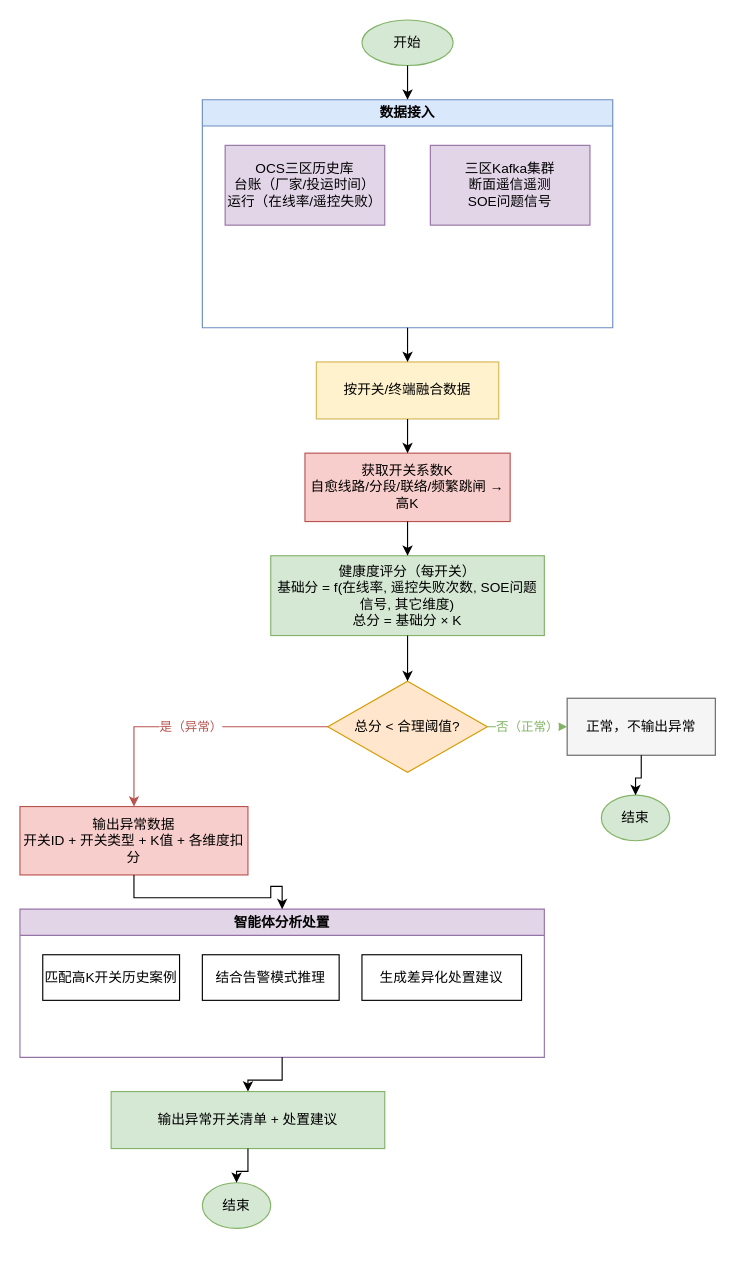
LieCoding/pwjkd keeps this draw.io diagram as 流程图.drawio. Above is the earlier version. Source tidied: cells renumbered, new cells numbered last; positions are measured from the earlier drawing's top-left corner, leaving out a move shared by most shapes. Both pictures are drawn from the tidied source at 114%, with x=0, y=0 at pixel (19, 19).
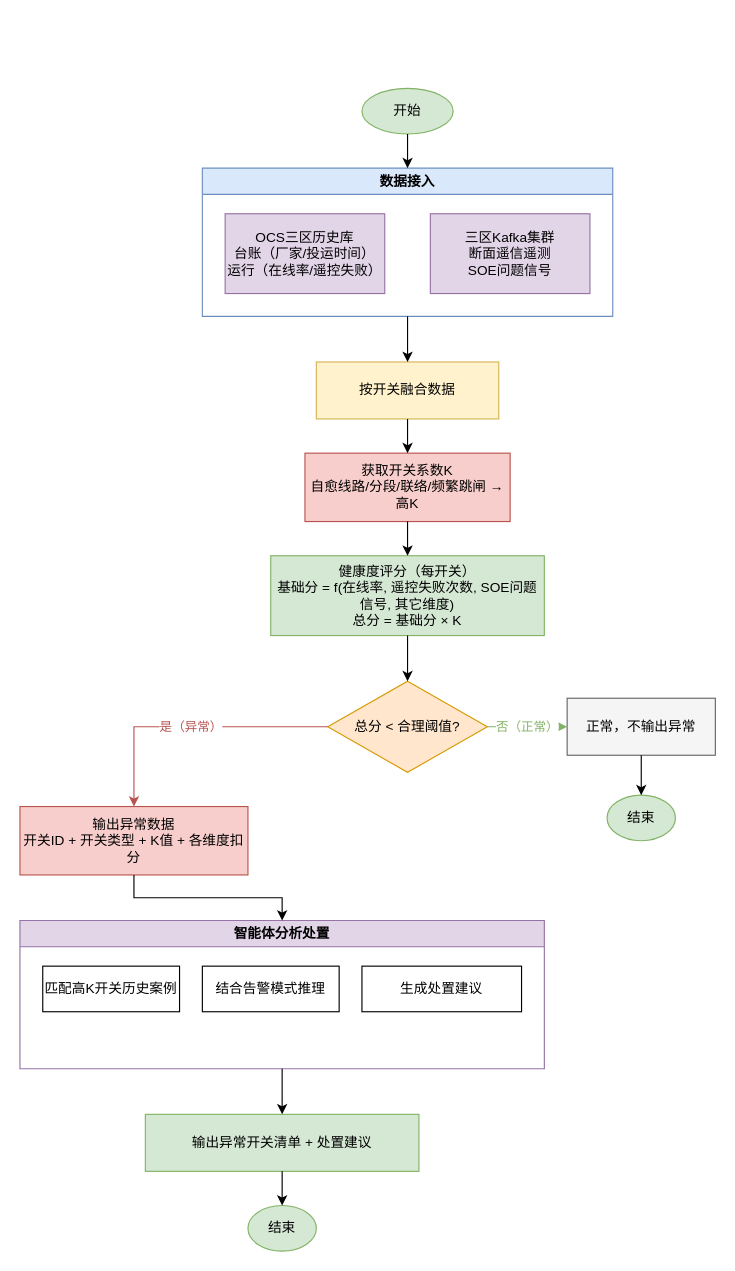
The same diagram, later.

Commit message:
更新流程图.drawio

Unchanged cells that the change refers to:
```xml
<mxCell id="7" value="获取开关系数K&#10;自愈线路/分段/联络/频繁跳闸 → 高K" style="rounded=0;whiteSpace=wrap;html=1;fillColor=#f8cecc;strokeColor=#b85450;" parent="1" vertex="1">
  <mxGeometry x="250" y="380" width="180" height="60" as="geometry" />
</mxCell>
<mxCell id="10" value="正常，不输出异常" style="rounded=0;whiteSpace=wrap;html=1;fillColor=#f5f5f5;strokeColor=#666666;" parent="1" vertex="1">
  <mxGeometry x="480" y="595" width="130" height="50" as="geometry" />
</mxCell>
```

Diff of the diagram source:
```diff
@@
     <mxCell id="2" value="开始" style="ellipse;whiteSpace=wrap;html=1;fillColor=#d5e8d4;strokeColor=#82b366;" parent="1" vertex="1">
-      <mxGeometry x="300" width="80" height="40" as="geometry" />
+      <mxGeometry x="300" y="60" width="80" height="40" as="geometry" />
     </mxCell>
     <mxCell id="3" value="数据接入" style="swimlane;whiteSpace=wrap;html=1;fillColor=#dae8fc;strokeColor=#6c8ebf;" parent="1" vertex="1">
-      <mxGeometry x="160" y="70" width="360" height="200" as="geometry" />
+      <mxGeometry x="160" y="130" width="360" height="130" as="geometry" />
     </mxCell>
@@
-    <mxCell id="6" value="按开关/终端融合数据" style="rounded=0;whiteSpace=wrap;html=1;fillColor=#fff2cc;strokeColor=#d6b656;" parent="1" vertex="1">
-      <mxGeometry x="260" y="300" width="160" height="50" as="geometry" />
-    </mxCell>
+    <mxCell id="30" value="按开关融合数据" style="rounded=0;whiteSpace=wrap;html=1;fillColor=#fff2cc;strokeColor=#d6b656;" parent="1" vertex="1">
+      <mxGeometry x="260" y="300" width="160" height="50" as="geometry" />
+    </mxCell>
@@
-    <mxCell id="11" value="结束" style="ellipse;whiteSpace=wrap;html=1;fillColor=#d5e8d4;strokeColor=#82b366;" parent="1" vertex="1">
-      <mxGeometry x="510" y="680" width="60" height="40" as="geometry" />
-    </mxCell>
+    <mxCell id="31" value="结束" style="ellipse;whiteSpace=wrap;html=1;fillColor=#d5e8d4;strokeColor=#82b366;" parent="1" vertex="1">
+      <mxGeometry x="515" y="680" width="60" height="40" as="geometry" />
+    </mxCell>
@@
     <mxCell id="13" value="智能体分析处置" style="swimlane;whiteSpace=wrap;html=1;fillColor=#e1d5e7;strokeColor=#9673a6;" parent="1" vertex="1">
-      <mxGeometry y="780" width="460" height="130" as="geometry" />
+      <mxGeometry y="790" width="460" height="130" as="geometry" />
     </mxCell>
@@
-    <mxCell id="16" value="生成差异化处置建议" style="rounded=0;whiteSpace=wrap;html=1;" parent="13" vertex="1">
-      <mxGeometry x="300" y="40" width="140" height="40" as="geometry" />
-    </mxCell>
+    <mxCell id="32" value="生成处置建议" style="rounded=0;whiteSpace=wrap;html=1;" parent="13" vertex="1">
+      <mxGeometry x="300" y="40" width="140" height="40" as="geometry" />
+    </mxCell>
     <mxCell id="17" value="输出异常开关清单 + 处置建议" style="rounded=0;whiteSpace=wrap;html=1;fillColor=#d5e8d4;strokeColor=#82b366;" parent="1" vertex="1">
-      <mxGeometry x="80" y="940" width="240" height="50" as="geometry" />
+      <mxGeometry x="110" y="960" width="240" height="50" as="geometry" />
     </mxCell>
-    <mxCell id="18" value="结束" style="ellipse;whiteSpace=wrap;html=1;fillColor=#d5e8d4;strokeColor=#82b366;" parent="1" vertex="1">
-      <mxGeometry x="160" y="1020" width="60" height="40" as="geometry" />
-    </mxCell>
+    <mxCell id="33" value="结束" style="ellipse;whiteSpace=wrap;html=1;fillColor=#d5e8d4;strokeColor=#82b366;" parent="1" vertex="1">
+      <mxGeometry x="200" y="1040" width="60" height="40" as="geometry" />
+    </mxCell>
@@
-    <mxCell id="20" style="edgeStyle=orthogonalEdgeStyle;rounded=0;jettySize=auto;html=1;" parent="1" edge="1" source="3" target="6">
-      <mxGeometry relative="1" as="geometry" />
-    </mxCell>
-    <mxCell id="21" style="edgeStyle=orthogonalEdgeStyle;rounded=0;jettySize=auto;html=1;" parent="1" edge="1" source="6" target="7">
-      <mxGeometry relative="1" as="geometry" />
-    </mxCell>
+    <mxCell id="34" style="edgeStyle=orthogonalEdgeStyle;rounded=0;jettySize=auto;html=1;" parent="1" edge="1" source="3" target="30">
+      <mxGeometry relative="1" as="geometry" />
+    </mxCell>
+    <mxCell id="35" style="edgeStyle=orthogonalEdgeStyle;rounded=0;jettySize=auto;html=1;" parent="1" edge="1" source="30" target="7">
+      <mxGeometry relative="1" as="geometry" />
+    </mxCell>
@@
-    <mxCell id="26" style="edgeStyle=orthogonalEdgeStyle;rounded=0;jettySize=auto;html=1;" parent="1" edge="1" source="10" target="11">
-      <mxGeometry relative="1" as="geometry" />
-    </mxCell>
+    <mxCell id="36" style="edgeStyle=orthogonalEdgeStyle;rounded=0;jettySize=auto;html=1;" parent="1" edge="1" source="10" target="31">
+      <mxGeometry relative="1" as="geometry" />
+    </mxCell>
@@
-    <mxCell id="29" style="edgeStyle=orthogonalEdgeStyle;rounded=0;jettySize=auto;html=1;" parent="1" edge="1" source="17" target="18">
-      <mxGeometry relative="1" as="geometry" />
-    </mxCell>
+    <mxCell id="37" style="edgeStyle=orthogonalEdgeStyle;rounded=0;jettySize=auto;html=1;" parent="1" edge="1" source="17" target="33">
+      <mxGeometry relative="1" as="geometry" />
+    </mxCell>
```
